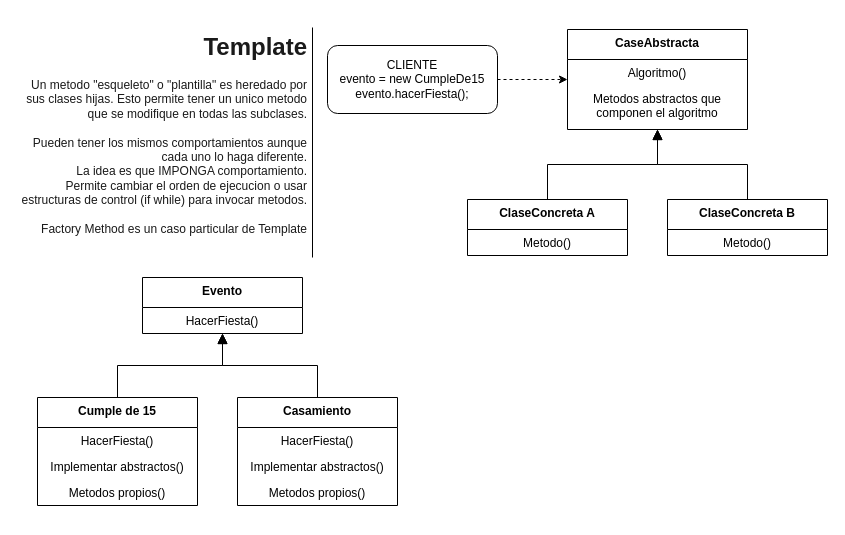
Before: page "6 Template Method" (5 of 5) of Patrones de Disenio.drawio in veroyols/I3007_patrones_de_disenio, a draw.io diagram. Source tidied: cells renumbered, new cells numbered last; positions are measured from the earlier drawing's top-left corner, leaving out a move shared by most shapes. Both pictures are drawn from the tidied source at 100%, with x=0, y=0 at pixel (17, 27).
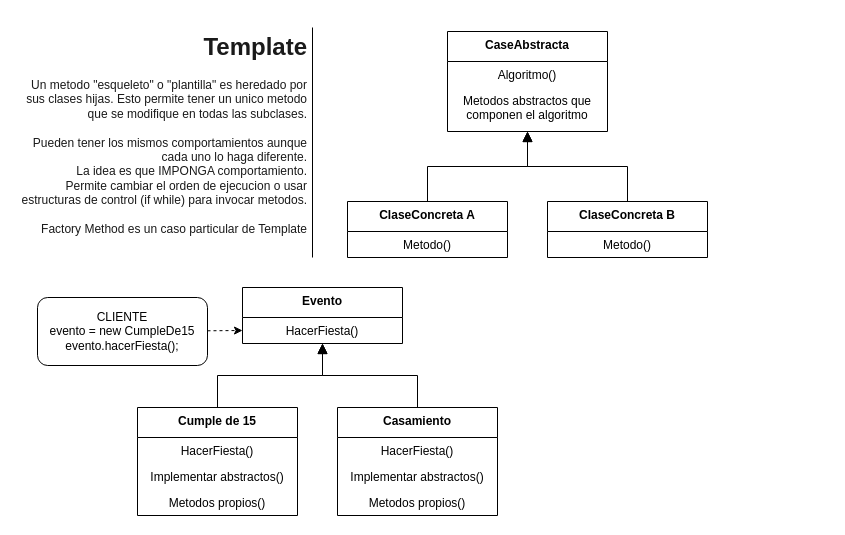
The same diagram, later.

Unchanged cells that the change refers to:
```xml
<mxCell id="14" value="HacerFiesta()" style="text;strokeColor=none;fillColor=none;align=center;verticalAlign=top;spacingLeft=4;spacingRight=4;overflow=hidden;points=[[0,0.5],[1,0.5]];portConstraint=eastwest;" parent="13" vertex="1">
  <mxGeometry y="30" width="160" height="26" as="geometry" />
</mxCell>
```

Change to the diagram source:
```diff
@@
     <mxCell id="2" value="CaseAbstracta" style="swimlane;fontStyle=1;align=center;verticalAlign=top;horizontal=1;startSize=30;" parent="1" vertex="1">
-      <mxGeometry x="550" y="2" width="180" height="100" as="geometry" />
+      <mxGeometry x="430" y="4" width="160" height="100" as="geometry" />
     </mxCell>
     <mxCell id="3" value="Algoritmo()" style="text;strokeColor=none;fillColor=none;align=center;verticalAlign=top;spacingLeft=4;spacingRight=4;overflow=hidden;" parent="2" vertex="1">
-      <mxGeometry y="30" width="180" height="26" as="geometry" />
+      <mxGeometry y="30" width="160" height="26" as="geometry" />
     </mxCell>
     <mxCell id="4" value="Metodos abstractos que &#10;componen el algoritmo" style="text;strokeColor=none;fillColor=none;align=center;verticalAlign=top;spacingLeft=4;spacingRight=4;overflow=hidden;" parent="2" vertex="1">
-      <mxGeometry y="56" width="180" height="44" as="geometry" />
+      <mxGeometry y="56" width="160" height="44" as="geometry" />
     </mxCell>
@@
     <mxCell id="6" value="ClaseConcreta B" style="swimlane;fontStyle=1;align=center;verticalAlign=top;horizontal=1;startSize=30;" parent="1" vertex="1">
-      <mxGeometry x="650" y="172" width="160" height="56" as="geometry" />
+      <mxGeometry x="530" y="174" width="160" height="56" as="geometry" />
     </mxCell>
@@
     <mxCell id="10" value="ClaseConcreta A" style="swimlane;fontStyle=1;align=center;verticalAlign=top;horizontal=1;startSize=30;" parent="1" vertex="1">
-      <mxGeometry x="450" y="172" width="160" height="56" as="geometry" />
+      <mxGeometry x="330" y="174" width="160" height="56" as="geometry" />
     </mxCell>
@@
     <mxCell id="13" value="Evento" style="swimlane;fontStyle=1;align=center;verticalAlign=top;horizontal=1;startSize=30;" parent="1" vertex="1">
-      <mxGeometry x="125" y="250" width="160" height="56" as="geometry" />
+      <mxGeometry x="225" y="260" width="160" height="56" as="geometry" />
     </mxCell>
@@
     <mxCell id="15" value="Casamiento" style="swimlane;fontStyle=1;align=center;verticalAlign=top;horizontal=1;startSize=30;" parent="1" vertex="1">
-      <mxGeometry x="220" y="370" width="160" height="108" as="geometry" />
+      <mxGeometry x="320" y="380" width="160" height="108" as="geometry" />
     </mxCell>
@@
     <mxCell id="20" value="Cumple de 15" style="swimlane;fontStyle=1;align=center;verticalAlign=top;horizontal=1;startSize=30;" parent="1" vertex="1">
-      <mxGeometry x="20" y="370" width="160" height="108" as="geometry" />
+      <mxGeometry x="120" y="380" width="160" height="108" as="geometry" />
     </mxCell>
@@
     <mxCell id="25" value="CLIENTE&lt;br&gt;evento = new CumpleDe15&lt;br&gt;evento.hacerFiesta();" style="rounded=1;whiteSpace=wrap;html=1;align=center;" parent="1" vertex="1">
-      <mxGeometry x="310" y="18" width="170" height="68" as="geometry" />
+      <mxGeometry x="20" y="270" width="170" height="68" as="geometry" />
     </mxCell>
-    <mxCell id="26" style="endArrow=classic;html=1;dashed=1;" parent="1" edge="1" source="25" target="2">
+    <mxCell id="26" style="endArrow=classic;html=1;dashed=1;entryX=0;entryY=0.5;entryDx=0;entryDy=0;" parent="1" edge="1" source="25" target="14">
       <mxGeometry relative="1" as="geometry" />
     </mxCell>
```
